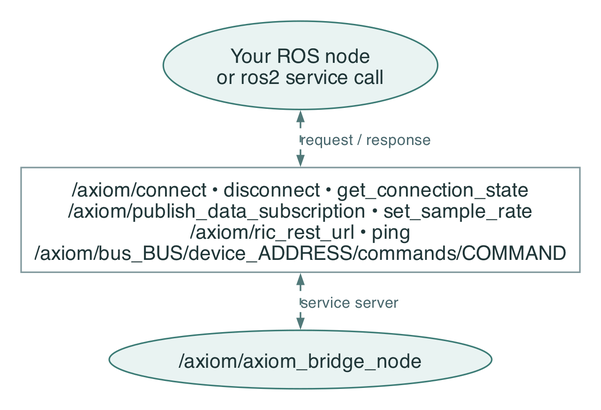
Before: docs/ros-graphs/ros2-services-graph.png, a diagram exported from Graphviz (robotical/axiom-ros2). Its source is kept beside it as docs/ros-graphs/ros2-services-graph.dot. Source of this version:
```dot
digraph ros {

  graph [bgcolor="white", rankdir=TB, pad="0.25", nodesep="0.35", ranksep="0.5", fontname="Helvetica", dpi=180];
  node [fontname="Helvetica", fontsize=17, fontcolor="#203638", color="#81999d", penwidth=1.3, margin="0.16,0.12", shape=box, style=filled, fillcolor="white"];
  edge [fontname="Helvetica", fontsize=13, color="#517979", fontcolor="#49676d", penwidth=1.4, arrowsize=0.75];

  client [shape=ellipse, fillcolor="#e9f3f2", color="#3b7b75", label="Your ROS node\nor ros2 service call"];
  services [label="/axiom/connect • disconnect • get_connection_state\n/axiom/publish_data_subscription • set_sample_rate\n/axiom/ric_rest_url • ping\n/axiom/bus_BUS/device_ADDRESS/commands/COMMAND"];
  driver [shape=ellipse, fillcolor="#e9f3f2", color="#3b7b75", label="/axiom/axiom_bridge_node"];
  client -> services [dir=both, style=dashed, label="request / response"];
  services -> driver [dir=both, style=dashed, label="service server"];

}
```
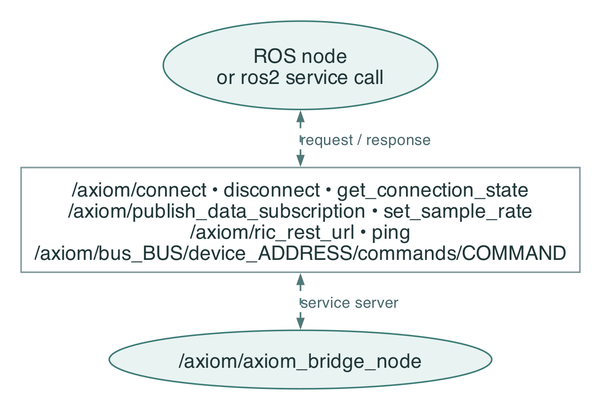
The same file after the commit.

Commit message:
Use neutral ROS node labels in guide diagrams

Diff of the diagram source:
```diff
@@ -4,7 +4,7 @@
   node [fontname="Helvetica", fontsize=17, fontcolor="#203638", color="#81999d", penwidth=1.3, margin="0.16,0.12", shape=box, style=filled, fillcolor="white"];
   edge [fontname="Helvetica", fontsize=13, color="#517979", fontcolor="#49676d", penwidth=1.4, arrowsize=0.75];
 
-  client [shape=ellipse, fillcolor="#e9f3f2", color="#3b7b75", label="Your ROS node\nor ros2 service call"];
+  client [shape=ellipse, fillcolor="#e9f3f2", color="#3b7b75", label="ROS node\nor ros2 service call"];
   services [label="/axiom/connect • disconnect • get_connection_state\n/axiom/publish_data_subscription • set_sample_rate\n/axiom/ric_rest_url • ping\n/axiom/bus_BUS/device_ADDRESS/commands/COMMAND"];
   driver [shape=ellipse, fillcolor="#e9f3f2", color="#3b7b75", label="/axiom/axiom_bridge_node"];
   client -> services [dir=both, style=dashed, label="request / response"];
```
